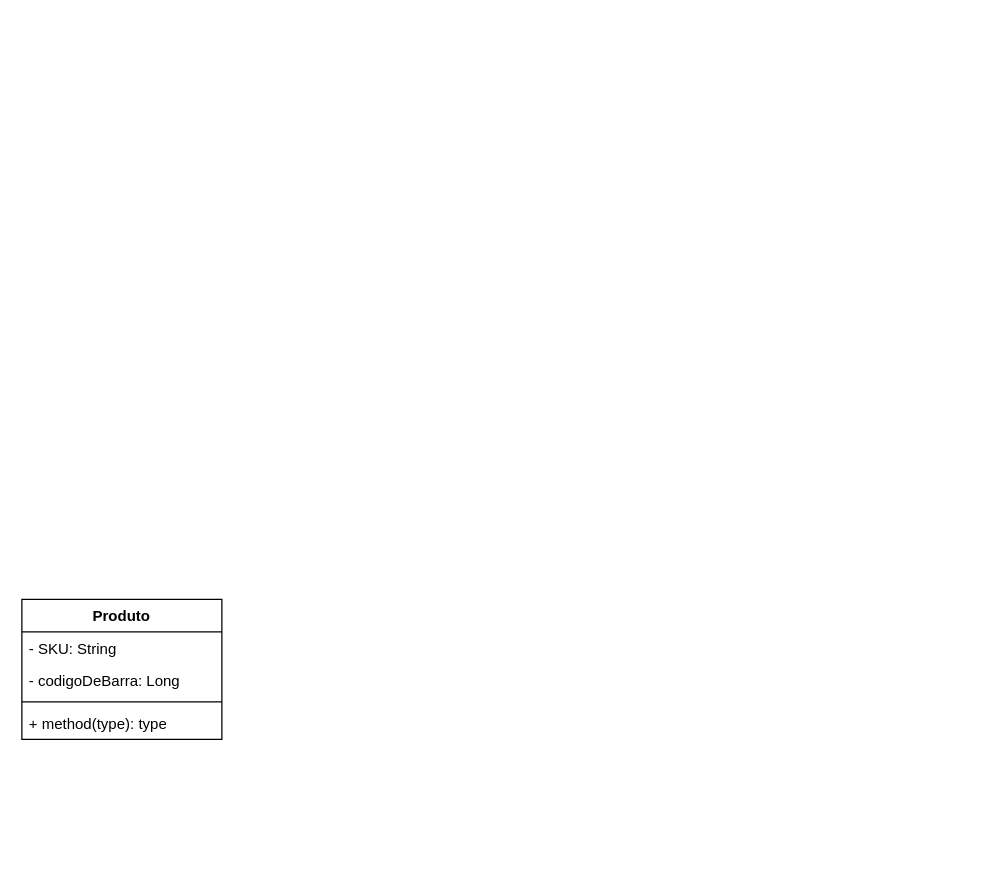
This is loja_classdiagram.drawio from laurasultan/java, a draw.io file, before an edit. Source tidied: cells renumbered, new cells numbered last; positions are measured from the earlier drawing's top-left corner, leaving out a move shared by most shapes. Both pictures are drawn from the tidied source at 125%, with x=0, y=0 at pixel (21, 599).
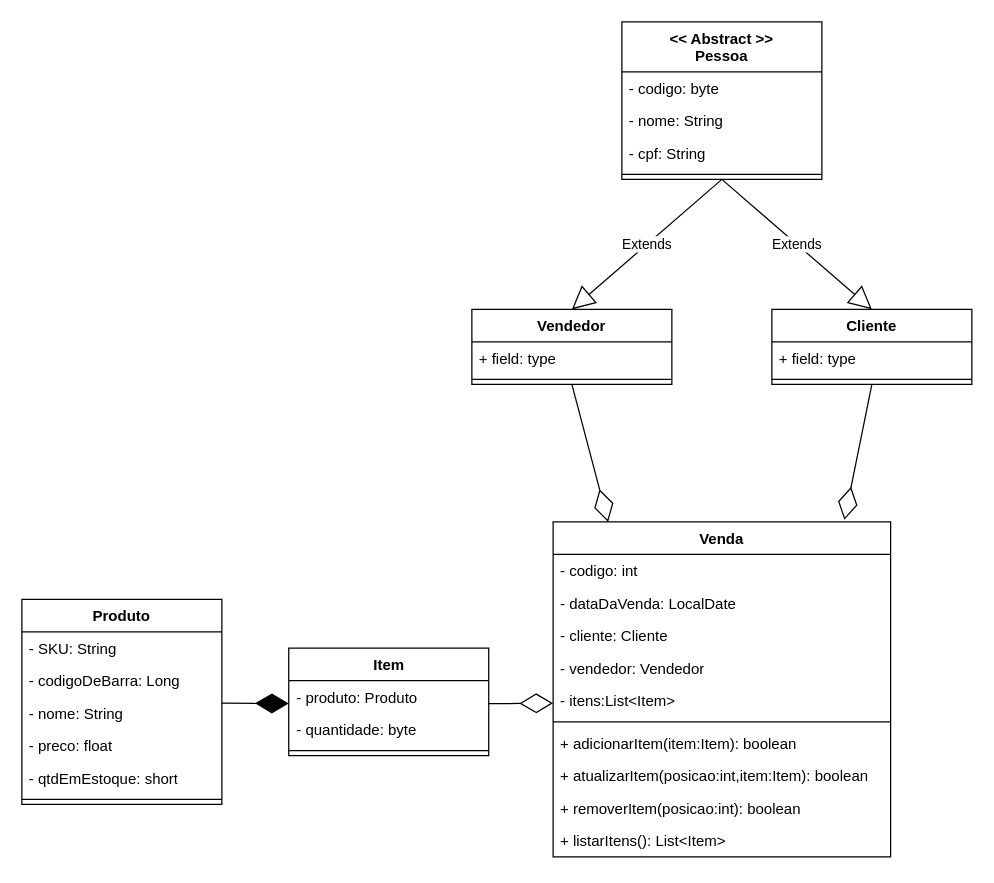
After the change.

What changed in the source:
```diff
@@
     <mxCell id="2" value="Produto" style="swimlane;fontStyle=1;align=center;verticalAlign=top;horizontal=1;startSize=26;whiteSpace=wrap;html=1;" parent="1" vertex="1">
-      <mxGeometry width="160" height="112" as="geometry" />
+      <mxGeometry width="160" height="164" as="geometry" />
     </mxCell>
@@
+    <mxCell id="7" value="- nome: String" style="text;strokeColor=none;fillColor=none;align=left;verticalAlign=top;spacingLeft=4;spacingRight=4;overflow=hidden;whiteSpace=wrap;html=1;" parent="2" vertex="1">
+      <mxGeometry y="78" width="160" height="26" as="geometry" />
+    </mxCell>
+    <mxCell id="8" value="- preco: float" style="text;strokeColor=none;fillColor=none;align=left;verticalAlign=top;spacingLeft=4;spacingRight=4;overflow=hidden;whiteSpace=wrap;html=1;" parent="2" vertex="1">
+      <mxGeometry y="104" width="160" height="26" as="geometry" />
+    </mxCell>
+    <mxCell id="9" value="- qtdEmEstoque: short" style="text;strokeColor=none;fillColor=none;align=left;verticalAlign=top;spacingLeft=4;spacingRight=4;overflow=hidden;whiteSpace=wrap;html=1;" parent="2" vertex="1">
+      <mxGeometry y="130" width="160" height="26" as="geometry" />
+    </mxCell>
     <mxCell id="5" style="line;strokeWidth=1;fillColor=none;align=left;verticalAlign=middle;spacingTop=-1;spacingLeft=3;spacingRight=3;labelPosition=right;strokeColor=inherit;" parent="2" vertex="1">
-      <mxGeometry y="78" width="160" height="8" as="geometry" />
+      <mxGeometry y="156" width="160" height="8" as="geometry" />
     </mxCell>
-    <mxCell id="6" value="+ method(type): type" style="text;strokeColor=none;fillColor=none;align=left;verticalAlign=top;spacingLeft=4;spacingRight=4;overflow=hidden;whiteSpace=wrap;html=1;" parent="2" vertex="1">
-      <mxGeometry y="86" width="160" height="26" as="geometry" />
-    </mxCell>
+    <mxCell id="10" value="Venda" style="swimlane;fontStyle=1;align=center;verticalAlign=top;horizontal=1;startSize=26;whiteSpace=wrap;html=1;" parent="1" vertex="1">
+      <mxGeometry x="425" y="-62" width="270" height="268" as="geometry" />
+    </mxCell>
+    <mxCell id="11" value="- codigo: int&lt;span style=&quot;white-space: pre;&quot;&gt; &lt;/span&gt;" style="text;strokeColor=none;fillColor=none;align=left;verticalAlign=top;spacingLeft=4;spacingRight=4;overflow=hidden;whiteSpace=wrap;html=1;" parent="10" vertex="1">
+      <mxGeometry y="26" width="270" height="26" as="geometry" />
+    </mxCell>
+    <mxCell id="12" value="- dataDaVenda: LocalDate" style="text;strokeColor=none;fillColor=none;align=left;verticalAlign=top;spacingLeft=4;spacingRight=4;overflow=hidden;whiteSpace=wrap;html=1;" parent="10" vertex="1">
+      <mxGeometry y="52" width="270" height="26" as="geometry" />
+    </mxCell>
+    <mxCell id="13" value="- cliente: Cliente" style="text;strokeColor=none;fillColor=none;align=left;verticalAlign=top;spacingLeft=4;spacingRight=4;overflow=hidden;whiteSpace=wrap;html=1;" parent="10" vertex="1">
+      <mxGeometry y="78" width="270" height="26" as="geometry" />
+    </mxCell>
+    <mxCell id="14" value="- vendedor: Vendedor" style="text;strokeColor=none;fillColor=none;align=left;verticalAlign=top;spacingLeft=4;spacingRight=4;overflow=hidden;whiteSpace=wrap;html=1;" parent="10" vertex="1">
+      <mxGeometry y="104" width="270" height="26" as="geometry" />
+    </mxCell>
+    <mxCell id="15" value="- itens:List&amp;lt;Item&amp;gt;" style="text;strokeColor=none;fillColor=none;align=left;verticalAlign=top;spacingLeft=4;spacingRight=4;overflow=hidden;whiteSpace=wrap;html=1;" parent="10" vertex="1">
+      <mxGeometry y="130" width="270" height="26" as="geometry" />
+    </mxCell>
+    <mxCell id="16" style="line;strokeWidth=1;fillColor=none;align=left;verticalAlign=middle;spacingTop=-1;spacingLeft=3;spacingRight=3;labelPosition=right;strokeColor=inherit;" parent="10" vertex="1">
+      <mxGeometry y="156" width="270" height="8" as="geometry" />
+    </mxCell>
+    <mxCell id="17" value="+ adicionarItem(item:Item): boolean" style="text;strokeColor=none;fillColor=none;align=left;verticalAlign=top;spacingLeft=4;spacingRight=4;overflow=hidden;whiteSpace=wrap;html=1;" parent="10" vertex="1">
+      <mxGeometry y="164" width="270" height="26" as="geometry" />
+    </mxCell>
+    <mxCell id="18" value="+ atualizarItem(posicao:int,item:Item): boolean" style="text;strokeColor=none;fillColor=none;align=left;verticalAlign=top;spacingLeft=4;spacingRight=4;overflow=hidden;whiteSpace=wrap;html=1;" parent="10" vertex="1">
+      <mxGeometry y="190" width="270" height="26" as="geometry" />
+    </mxCell>
+    <mxCell id="19" value="+ removerItem(posicao:int): boolean" style="text;strokeColor=none;fillColor=none;align=left;verticalAlign=top;spacingLeft=4;spacingRight=4;overflow=hidden;whiteSpace=wrap;html=1;" parent="10" vertex="1">
+      <mxGeometry y="216" width="270" height="26" as="geometry" />
+    </mxCell>
+    <mxCell id="20" value="+ listarItens(): List&amp;lt;Item&amp;gt;" style="text;strokeColor=none;fillColor=none;align=left;verticalAlign=top;spacingLeft=4;spacingRight=4;overflow=hidden;whiteSpace=wrap;html=1;" parent="10" vertex="1">
+      <mxGeometry y="242" width="270" height="26" as="geometry" />
+    </mxCell>
+    <mxCell id="21" value="&lt;div&gt;&amp;lt;&amp;lt; Abstract &amp;gt;&amp;gt;&lt;br&gt;&lt;/div&gt;&lt;div&gt;Pessoa&lt;/div&gt;" style="swimlane;fontStyle=1;align=center;verticalAlign=top;horizontal=1;startSize=40;whiteSpace=wrap;html=1;" parent="1" vertex="1">
+      <mxGeometry x="480" y="-462" width="160" height="126" as="geometry" />
+    </mxCell>
+    <mxCell id="22" value="- codigo: byte" style="text;strokeColor=none;fillColor=none;align=left;verticalAlign=top;spacingLeft=4;spacingRight=4;overflow=hidden;whiteSpace=wrap;html=1;" parent="21" vertex="1">
+      <mxGeometry y="40" width="160" height="26" as="geometry" />
+    </mxCell>
+    <mxCell id="23" value="- nome: String" style="text;strokeColor=none;fillColor=none;align=left;verticalAlign=top;spacingLeft=4;spacingRight=4;overflow=hidden;whiteSpace=wrap;html=1;" parent="21" vertex="1">
+      <mxGeometry y="66" width="160" height="26" as="geometry" />
+    </mxCell>
+    <mxCell id="24" value="- cpf: String" style="text;strokeColor=none;fillColor=none;align=left;verticalAlign=top;spacingLeft=4;spacingRight=4;overflow=hidden;whiteSpace=wrap;html=1;" parent="21" vertex="1">
+      <mxGeometry y="92" width="160" height="26" as="geometry" />
+    </mxCell>
+    <mxCell id="25" style="line;strokeWidth=1;fillColor=none;align=left;verticalAlign=middle;spacingTop=-1;spacingLeft=3;spacingRight=3;labelPosition=right;strokeColor=inherit;" parent="21" vertex="1">
+      <mxGeometry y="118" width="160" height="8" as="geometry" />
+    </mxCell>
+    <mxCell id="26" value="Vendedor" style="swimlane;fontStyle=1;align=center;verticalAlign=top;horizontal=1;startSize=26;whiteSpace=wrap;html=1;" parent="1" vertex="1">
+      <mxGeometry x="360" y="-232" width="160" height="60" as="geometry" />
+    </mxCell>
+    <mxCell id="27" value="+ field: type" style="text;strokeColor=none;fillColor=none;align=left;verticalAlign=top;spacingLeft=4;spacingRight=4;overflow=hidden;whiteSpace=wrap;html=1;" parent="26" vertex="1">
+      <mxGeometry y="26" width="160" height="26" as="geometry" />
+    </mxCell>
+    <mxCell id="28" style="line;strokeWidth=1;fillColor=none;align=left;verticalAlign=middle;spacingTop=-1;spacingLeft=3;spacingRight=3;labelPosition=right;strokeColor=inherit;" parent="26" vertex="1">
+      <mxGeometry y="52" width="160" height="8" as="geometry" />
+    </mxCell>
+    <mxCell id="29" value="Cliente" style="swimlane;fontStyle=1;align=center;verticalAlign=top;horizontal=1;startSize=26;whiteSpace=wrap;html=1;" parent="1" vertex="1">
+      <mxGeometry x="600" y="-232" width="160" height="60" as="geometry" />
+    </mxCell>
+    <mxCell id="30" value="+ field: type" style="text;strokeColor=none;fillColor=none;align=left;verticalAlign=top;spacingLeft=4;spacingRight=4;overflow=hidden;whiteSpace=wrap;html=1;" parent="29" vertex="1">
+      <mxGeometry y="26" width="160" height="26" as="geometry" />
+    </mxCell>
+    <mxCell id="31" style="line;strokeWidth=1;fillColor=none;align=left;verticalAlign=middle;spacingTop=-1;spacingLeft=3;spacingRight=3;labelPosition=right;strokeColor=inherit;" parent="29" vertex="1">
+      <mxGeometry y="52" width="160" height="8" as="geometry" />
+    </mxCell>
+    <mxCell id="32" value="Extends" style="endArrow=block;endSize=16;endFill=0;html=1;rounded=0;exitX=0.5;exitY=1;exitDx=0;exitDy=0;entryX=0.5;entryY=0;entryDx=0;entryDy=0;" parent="1" edge="1" source="21" target="29">
+      <mxGeometry relative="1" as="geometry" />
+    </mxCell>
+    <mxCell id="33" value="Extends" style="endArrow=block;endSize=16;endFill=0;html=1;rounded=0;exitX=0.5;exitY=1;exitDx=0;exitDy=0;entryX=0.5;entryY=0;entryDx=0;entryDy=0;" parent="1" edge="1" source="21" target="26">
+      <mxGeometry relative="1" as="geometry" />
+    </mxCell>
+    <mxCell id="34" style="endArrow=diamondThin;endFill=0;endSize=24;html=1;rounded=0;entryX=0.863;entryY=-0.006;entryDx=0;entryDy=0;entryPerimeter=0;exitX=0.5;exitY=1;exitDx=0;exitDy=0;" parent="1" edge="1" source="29" target="10">
+      <mxGeometry relative="1" as="geometry" />
+    </mxCell>
+    <mxCell id="35" style="endArrow=diamondThin;endFill=0;endSize=24;html=1;rounded=0;exitX=0.5;exitY=1;exitDx=0;exitDy=0;entryX=0.163;entryY=0;entryDx=0;entryDy=0;entryPerimeter=0;" parent="1" edge="1" source="26" target="10">
+      <mxGeometry relative="1" as="geometry" />
+    </mxCell>
+    <mxCell id="36" value="Item" style="swimlane;fontStyle=1;align=center;verticalAlign=top;horizontal=1;startSize=26;whiteSpace=wrap;html=1;" parent="1" vertex="1">
+      <mxGeometry x="213.5" y="39" width="160" height="86" as="geometry" />
+    </mxCell>
+    <mxCell id="37" value="- produto: Produto" style="text;strokeColor=none;fillColor=none;align=left;verticalAlign=top;spacingLeft=4;spacingRight=4;overflow=hidden;points=[[0,0.5],[1,0.5]];portConstraint=eastwest;whiteSpace=wrap;html=1;" parent="36" vertex="1">
+      <mxGeometry y="26" width="160" height="26" as="geometry" />
+    </mxCell>
+    <mxCell id="38" style="endArrow=diamondThin;endFill=1;endSize=24;html=1;rounded=0;exitX=1;exitY=0.5;exitDx=0;exitDy=0;entryX=0;entryY=0.706;entryDx=0;entryDy=0;entryPerimeter=0;" parent="36" edge="1" target="37">
+      <mxGeometry relative="1" as="geometry">
+        <mxPoint x="-53.5" y="44" as="sourcePoint" />
+      </mxGeometry>
+    </mxCell>
+    <mxCell id="39" value="- quantidade: byte" style="text;strokeColor=none;fillColor=none;align=left;verticalAlign=top;spacingLeft=4;spacingRight=4;overflow=hidden;whiteSpace=wrap;html=1;" parent="36" vertex="1">
+      <mxGeometry y="52" width="160" height="26" as="geometry" />
+    </mxCell>
+    <mxCell id="40" style="line;strokeWidth=1;fillColor=none;align=left;verticalAlign=middle;spacingTop=-1;spacingLeft=3;spacingRight=3;labelPosition=right;strokeColor=inherit;" parent="36" vertex="1">
+      <mxGeometry y="78" width="160" height="8" as="geometry" />
+    </mxCell>
+    <mxCell id="41" style="endArrow=diamondThin;endFill=0;endSize=24;html=1;rounded=0;entryX=0;entryY=0.5;entryDx=0;entryDy=0;exitX=0.998;exitY=0.711;exitDx=0;exitDy=0;exitPerimeter=0;" parent="1" edge="1" source="37">
+      <mxGeometry relative="1" as="geometry">
+        <mxPoint x="425" y="83" as="targetPoint" />
+      </mxGeometry>
+    </mxCell>
```
